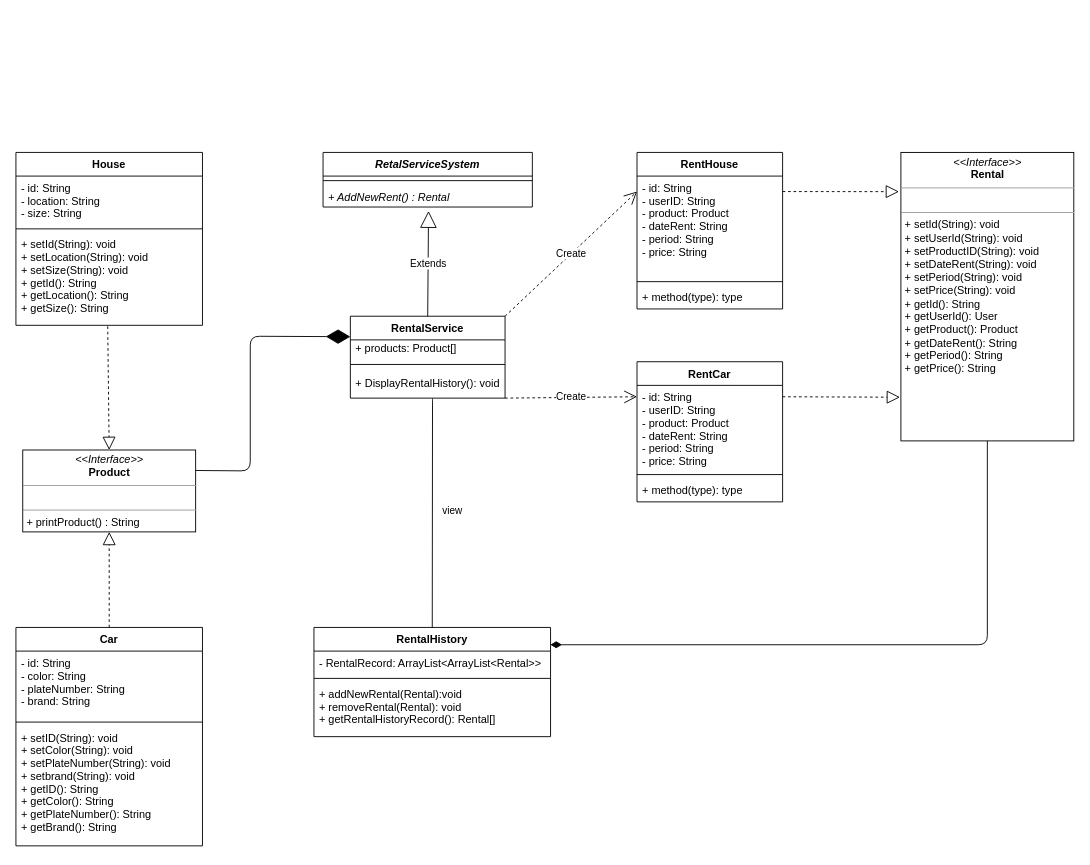
Before: Homework_07/OOAD_Homework_07.drawio in vichhika/OOAD_Y3, a draw.io diagram. Source tidied: cells renumbered, new cells numbered last; positions are measured from the earlier drawing's top-left corner, leaving out a move shared by most shapes. Both pictures are drawn from the tidied source at 91%, with x=0, y=0 at pixel (15, 152).
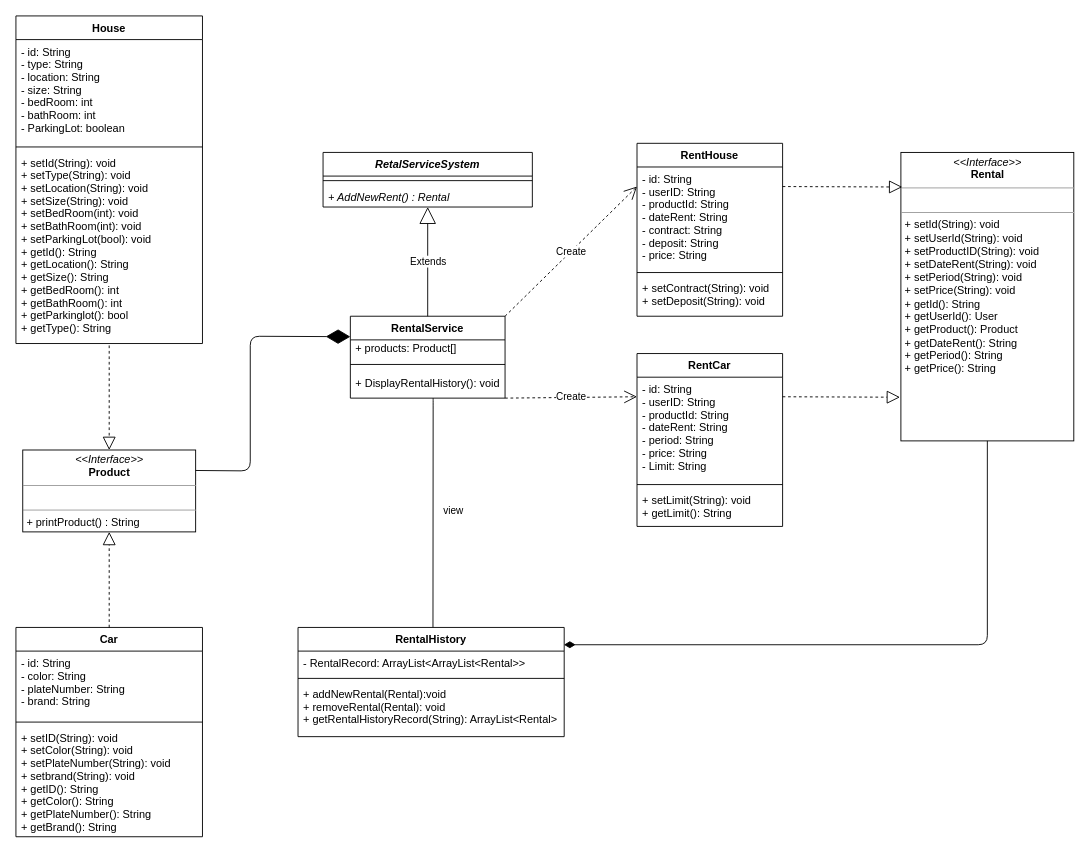
The same page after the edit.

Commit message:
Add more property to House, RentHouse, RentCar

The change refers to these unchanged cells:
```xml
<mxCell id="2" value="RetalServiceSystem" style="swimlane;fontStyle=3;align=center;verticalAlign=top;horizontal=1;startSize=26;" parent="1" vertex="1">
  <mxGeometry x="337.5" width="230" height="60" as="geometry" />
</mxCell>
<mxCell id="4" value="+ AddNewRent() : Rental " style="text;strokeColor=none;fillColor=none;align=left;verticalAlign=top;spacingLeft=4;spacingRight=4;overflow=hidden;points=[[0,0.5],[1,0.5]];portConstraint=eastwest;fontStyle=2;" parent="2" vertex="1">
  <mxGeometry y="36" width="230" height="24" as="geometry" />
</mxCell>
<mxCell id="13" value="&lt;p style=&quot;margin: 0px ; margin-top: 4px ; text-align: center&quot;&gt;&lt;i&gt;&amp;lt;&amp;lt;Interface&amp;gt;&amp;gt;&lt;/i&gt;&lt;br&gt;&lt;b&gt;Product&lt;/b&gt;&lt;/p&gt;&lt;hr size=&quot;1&quot;&gt;&lt;p style=&quot;margin: 0px ; margin-left: 4px&quot;&gt;&lt;br&gt;&lt;/p&gt;&lt;hr size=&quot;1&quot;&gt;&lt;p style=&quot;margin: 0px ; margin-left: 4px&quot;&gt;+ printProduct() : String&lt;/p&gt;" style="verticalAlign=top;align=left;overflow=fill;fontSize=12;fontFamily=Helvetica;html=1;" parent="1" vertex="1">
  <mxGeometry x="7.5" y="327" width="190" height="90" as="geometry" />
</mxCell>
<mxCell id="16" value="RentalService" style="swimlane;fontStyle=1;align=center;verticalAlign=top;horizontal=1;startSize=26;" parent="1" vertex="1">
  <mxGeometry x="367.5" y="180" width="170" height="90" as="geometry" />
</mxCell>
<mxCell id="19" value="+ DisplayRentalHistory(): void" style="text;strokeColor=none;fillColor=none;align=left;verticalAlign=top;spacingLeft=4;spacingRight=4;overflow=hidden;points=[[0,0.5],[1,0.5]];portConstraint=eastwest;" parent="16" vertex="1">
  <mxGeometry y="60" width="170" height="30" as="geometry" />
</mxCell>
<mxCell id="31" value="&lt;p style=&quot;margin: 0px ; margin-top: 4px ; text-align: center&quot;&gt;&lt;i&gt;&amp;lt;&amp;lt;Interface&amp;gt;&amp;gt;&lt;/i&gt;&lt;br&gt;&lt;b&gt;Rental&lt;/b&gt;&lt;/p&gt;&lt;hr size=&quot;1&quot;&gt;&lt;p style=&quot;margin: 0px ; margin-left: 4px&quot;&gt;&lt;br&gt;&lt;/p&gt;&lt;hr size=&quot;1&quot;&gt;&lt;p style=&quot;margin: 0px ; margin-left: 4px&quot;&gt;+ setId(String): void&lt;br style=&quot;padding: 0px ; margin: 0px&quot;&gt;+ setUserId(String): void&lt;br style=&quot;padding: 0px ; margin: 0px&quot;&gt;+ setProductID(String): void&lt;br style=&quot;padding: 0px ; margin: 0px&quot;&gt;+ setDateRent(String): void&lt;br style=&quot;padding: 0px ; margin: 0px&quot;&gt;+ setPeriod(String): void&lt;br style=&quot;padding: 0px ; margin: 0px&quot;&gt;+ setPrice(String): void&lt;br style=&quot;padding: 0px ; margin: 0px&quot;&gt;+ getId(): String&lt;br style=&quot;padding: 0px ; margin: 0px&quot;&gt;+ getUserId(): User&lt;br style=&quot;padding: 0px ; margin: 0px&quot;&gt;+ getProduct(): Product&lt;br style=&quot;padding: 0px ; margin: 0px&quot;&gt;+ getDateRent(): String&lt;br style=&quot;padding: 0px ; margin: 0px&quot;&gt;+ getPeriod(): String&lt;br style=&quot;padding: 0px ; margin: 0px&quot;&gt;+ getPrice(): String&lt;br&gt;&lt;/p&gt;" style="verticalAlign=top;align=left;overflow=fill;fontSize=12;fontFamily=Helvetica;html=1;" parent="1" vertex="1">
  <mxGeometry x="972.5" width="190" height="317" as="geometry" />
</mxCell>
```

What changed in the source:
```diff
@@
     <mxCell id="5" value="House" style="swimlane;fontStyle=1;align=center;verticalAlign=top;horizontal=1;startSize=26;" parent="1" vertex="1">
-      <mxGeometry width="205" height="190" as="geometry" />
+      <mxGeometry y="-150" width="205" height="360" as="geometry" />
     </mxCell>
-    <mxCell id="6" value="- id: String&#10;- location: String&#10;- size: String" style="text;strokeColor=none;fillColor=none;align=left;verticalAlign=top;spacingLeft=4;spacingRight=4;overflow=hidden;" parent="5" vertex="1">
-      <mxGeometry y="26" width="205" height="54" as="geometry" />
+    <mxCell id="6" value="- id: String&#10;- type: String&#10;- location: String&#10;- size: String&#10;- bedRoom: int&#10;- bathRoom: int&#10;- ParkingLot: boolean" style="text;strokeColor=none;fillColor=none;align=left;verticalAlign=top;spacingLeft=4;spacingRight=4;overflow=hidden;" parent="5" vertex="1">
+      <mxGeometry y="26" width="205" height="114" as="geometry" />
     </mxCell>
     <mxCell id="7" style="line;strokeWidth=1;fillColor=none;align=left;verticalAlign=middle;spacingTop=-1;spacingLeft=3;spacingRight=3;labelPosition=right;" parent="5" vertex="1">
-      <mxGeometry y="80" width="205" height="8" as="geometry" />
+      <mxGeometry y="140" width="205" height="8" as="geometry" />
     </mxCell>
-    <mxCell id="8" value="+ setId(String): void&#10;+ setLocation(String): void&#10;+ setSize(String): void&#10;+ getId(): String&#10;+ getLocation(): String&#10;+ getSize(): String" style="text;strokeColor=none;fillColor=none;align=left;verticalAlign=top;spacingLeft=4;spacingRight=4;overflow=hidden;points=[[0,0.5],[1,0.5]];portConstraint=eastwest;" parent="5" vertex="1">
-      <mxGeometry y="88" width="205" height="102" as="geometry" />
+    <mxCell id="8" value="+ setId(String): void&#10;+ setType(String): void&#10;+ setLocation(String): void&#10;+ setSize(String): void&#10;+ setBedRoom(int): void&#10;+ setBathRoom(int): void&#10;+ setParkingLot(bool): void&#10;+ getId(): String&#10;+ getLocation(): String&#10;+ getSize(): String&#10;+ getBedRoom(): int&#10;+ getBathRoom(): int&#10;+ getParkinglot(): bool&#10;+ getType(): String" style="text;strokeColor=none;fillColor=none;align=left;verticalAlign=top;spacingLeft=4;spacingRight=4;overflow=hidden;points=[[0,0.5],[1,0.5]];portConstraint=eastwest;" parent="5" vertex="1">
+      <mxGeometry y="148" width="205" height="212" as="geometry" />
     </mxCell>
     <mxCell id="9" value="Car" style="swimlane;fontStyle=1;align=center;verticalAlign=top;horizontal=1;startSize=26;" parent="1" vertex="1">
-      <mxGeometry y="522" width="205" height="240" as="geometry" />
+      <mxGeometry y="522" width="205" height="230" as="geometry" />
     </mxCell>
@@
     <mxCell id="12" value="+ setID(String): void&#10;+ setColor(String): void&#10;+ setPlateNumber(String): void&#10;+ setbrand(String): void&#10;+ getID(): String&#10;+ getColor(): String&#10;+ getPlateNumber(): String&#10;+ getBrand(): String" style="text;strokeColor=none;fillColor=none;align=left;verticalAlign=top;spacingLeft=4;spacingRight=4;overflow=hidden;" parent="9" vertex="1">
-      <mxGeometry y="108" width="205" height="132" as="geometry" />
+      <mxGeometry y="108" width="205" height="122" as="geometry" />
     </mxCell>
@@
-    <mxCell id="14" style="endArrow=block;dashed=1;endFill=0;endSize=12;html=1;entryX=0.5;entryY=0;entryDx=0;entryDy=0;exitX=0.492;exitY=1.01;exitDx=0;exitDy=0;exitPerimeter=0;" parent="1" edge="1" source="8" target="13">
+    <mxCell id="14" style="endArrow=block;dashed=1;endFill=0;endSize=12;html=1;entryX=0.5;entryY=0;entryDx=0;entryDy=0;exitX=0.5;exitY=1.01;exitDx=0;exitDy=0;exitPerimeter=0;" parent="1" edge="1" source="8" target="13">
       <mxGeometry relative="1" as="geometry" />
     </mxCell>
@@
-    <mxCell id="20" value="Extends" style="endArrow=block;endSize=16;endFill=0;html=1;exitX=0.5;exitY=0;exitDx=0;exitDy=0;entryX=0.504;entryY=1.181;entryDx=0;entryDy=0;entryPerimeter=0;" parent="1" edge="1" source="16" target="4">
+    <mxCell id="20" value="Extends" style="endArrow=block;endSize=16;endFill=0;html=1;exitX=0.5;exitY=0;exitDx=0;exitDy=0;entryX=0.5;entryY=1;entryDx=0;entryDy=0;" parent="1" edge="1" source="16" target="2">
       <mxGeometry relative="1" as="geometry" />
     </mxCell>
     <mxCell id="21" value="RentHouse" style="swimlane;fontStyle=1;align=center;verticalAlign=top;horizontal=1;startSize=26;" parent="1" vertex="1">
-      <mxGeometry x="682.5" width="160" height="172" as="geometry" />
+      <mxGeometry x="682.5" y="-10" width="160" height="190" as="geometry" />
     </mxCell>
-    <mxCell id="22" value="- id: String&#10;- userID: String&#10;- product: Product&#10;- dateRent: String&#10;- period: String&#10;- price: String" style="text;strokeColor=none;fillColor=none;align=left;verticalAlign=top;spacingLeft=4;spacingRight=4;overflow=hidden;" parent="21" vertex="1">
+    <mxCell id="22" value="- id: String&#10;- userID: String&#10;- productId: String&#10;- dateRent: String&#10;- contract: String&#10;- deposit: String&#10;- price: String" style="text;strokeColor=none;fillColor=none;align=left;verticalAlign=top;spacingLeft=4;spacingRight=4;overflow=hidden;" parent="21" vertex="1">
       <mxGeometry y="26" width="160" height="112" as="geometry" />
     </mxCell>
@@
-    <mxCell id="24" value="+ method(type): type" style="text;strokeColor=none;fillColor=none;align=left;verticalAlign=top;spacingLeft=4;spacingRight=4;overflow=hidden;" parent="21" vertex="1">
-      <mxGeometry y="146" width="160" height="26" as="geometry" />
+    <mxCell id="24" value="+ setContract(String): void&#10;+ setDeposit(String): void" style="text;strokeColor=none;fillColor=none;align=left;verticalAlign=top;spacingLeft=4;spacingRight=4;overflow=hidden;" parent="21" vertex="1">
+      <mxGeometry y="146" width="160" height="44" as="geometry" />
     </mxCell>
     <mxCell id="25" value="RentCar" style="swimlane;fontStyle=1;align=center;verticalAlign=top;horizontal=1;startSize=26;" parent="1" vertex="1">
-      <mxGeometry x="682.5" y="230" width="160" height="154" as="geometry" />
+      <mxGeometry x="682.5" y="221" width="160" height="190" as="geometry" />
     </mxCell>
-    <mxCell id="26" value="- id: String&#10;- userID: String&#10;- product: Product&#10;- dateRent: String&#10;- period: String&#10;- price: String" style="text;strokeColor=none;fillColor=none;align=left;verticalAlign=top;spacingLeft=4;spacingRight=4;overflow=hidden;" parent="25" vertex="1">
-      <mxGeometry y="26" width="160" height="94" as="geometry" />
+    <mxCell id="26" value="- id: String&#10;- userID: String&#10;- productId: String&#10;- dateRent: String&#10;- period: String&#10;- price: String&#10;- Limit: String" style="text;strokeColor=none;fillColor=none;align=left;verticalAlign=top;spacingLeft=4;spacingRight=4;overflow=hidden;" parent="25" vertex="1">
+      <mxGeometry y="26" width="160" height="114" as="geometry" />
     </mxCell>
     <mxCell id="27" style="line;strokeWidth=1;fillColor=none;align=left;verticalAlign=middle;spacingTop=-1;spacingLeft=3;spacingRight=3;labelPosition=right;" parent="25" vertex="1">
-      <mxGeometry y="120" width="160" height="8" as="geometry" />
+      <mxGeometry y="140" width="160" height="8" as="geometry" />
     </mxCell>
-    <mxCell id="28" value="+ method(type): type" style="text;strokeColor=none;fillColor=none;align=left;verticalAlign=top;spacingLeft=4;spacingRight=4;overflow=hidden;" parent="25" vertex="1">
-      <mxGeometry y="128" width="160" height="26" as="geometry" />
+    <mxCell id="28" value="+ setLimit(String): void&#10;+ getLimit(): String" style="text;strokeColor=none;fillColor=none;align=left;verticalAlign=top;spacingLeft=4;spacingRight=4;overflow=hidden;" parent="25" vertex="1">
+      <mxGeometry y="148" width="160" height="42" as="geometry" />
     </mxCell>
@@
-    <mxCell id="32" style="endArrow=block;dashed=1;endFill=0;endSize=12;html=1;exitX=1;exitY=0.25;exitDx=0;exitDy=0;entryX=-0.011;entryY=0.136;entryDx=0;entryDy=0;entryPerimeter=0;" parent="1" edge="1" source="21" target="31">
-      <mxGeometry relative="1" as="geometry" />
+    <mxCell id="32" style="endArrow=block;dashed=1;endFill=0;endSize=12;html=1;exitX=1;exitY=0.25;exitDx=0;exitDy=0;" parent="1" edge="1" source="21">
+      <mxGeometry relative="1" as="geometry">
+        <mxPoint x="974" y="38" as="targetPoint" />
+      </mxGeometry>
     </mxCell>
@@
     <mxCell id="34" value="RentalHistory" style="swimlane;fontStyle=1;align=center;verticalAlign=top;horizontal=1;startSize=26;" parent="1" vertex="1">
-      <mxGeometry x="327.5" y="522" width="260" height="120" as="geometry" />
+      <mxGeometry x="310" y="522" width="292.5" height="120" as="geometry" />
     </mxCell>
     <mxCell id="35" value="- RentalRecord: ArrayList&lt;ArrayList&lt;Rental&gt;&gt;" style="text;strokeColor=none;fillColor=none;align=left;verticalAlign=top;spacingLeft=4;spacingRight=4;overflow=hidden;" parent="34" vertex="1">
-      <mxGeometry y="26" width="260" height="26" as="geometry" />
+      <mxGeometry y="26" width="292.5" height="26" as="geometry" />
     </mxCell>
     <mxCell id="36" style="line;strokeWidth=1;fillColor=none;align=left;verticalAlign=middle;spacingTop=-1;spacingLeft=3;spacingRight=3;labelPosition=right;" parent="34" vertex="1">
-      <mxGeometry y="52" width="260" height="8" as="geometry" />
+      <mxGeometry y="52" width="292.5" height="8" as="geometry" />
     </mxCell>
-    <mxCell id="37" value="+ addNewRental(Rental):void&#10;+ removeRental(Rental): void&#10;+ getRentalHistoryRecord(): Rental[]" style="text;strokeColor=none;fillColor=none;align=left;verticalAlign=top;spacingLeft=4;spacingRight=4;overflow=hidden;" parent="34" vertex="1">
-      <mxGeometry y="60" width="260" height="60" as="geometry" />
+    <mxCell id="37" value="+ addNewRental(Rental):void&#10;+ removeRental(Rental): void&#10;+ getRentalHistoryRecord(String): ArrayList&lt;Rental&gt;" style="text;strokeColor=none;fillColor=none;align=left;verticalAlign=top;spacingLeft=4;spacingRight=4;overflow=hidden;" parent="34" vertex="1">
+      <mxGeometry y="60" width="292.5" height="60" as="geometry" />
     </mxCell>
@@
-    <mxCell id="40" style="endArrow=none;html=1;edgeStyle=orthogonalEdgeStyle;entryX=0.5;entryY=0;entryDx=0;entryDy=0;exitX=0.531;exitY=1.011;exitDx=0;exitDy=0;exitPerimeter=0;" parent="1" edge="1" source="19" target="34">
+    <mxCell id="40" style="endArrow=none;html=1;edgeStyle=orthogonalEdgeStyle;entryX=0.507;entryY=-0.001;entryDx=0;entryDy=0;exitX=0.535;exitY=1.003;exitDx=0;exitDy=0;exitPerimeter=0;entryPerimeter=0;" parent="1" edge="1" source="19" target="34">
       <mxGeometry relative="1" as="geometry">
         <Array as="points">
-          <mxPoint x="457.5" y="273" />
-          <mxPoint x="457.5" y="273" />
+          <mxPoint x="458" y="273" />
+          <mxPoint x="458" y="273" />
         </Array>
       </mxGeometry>
     </mxCell>
```
